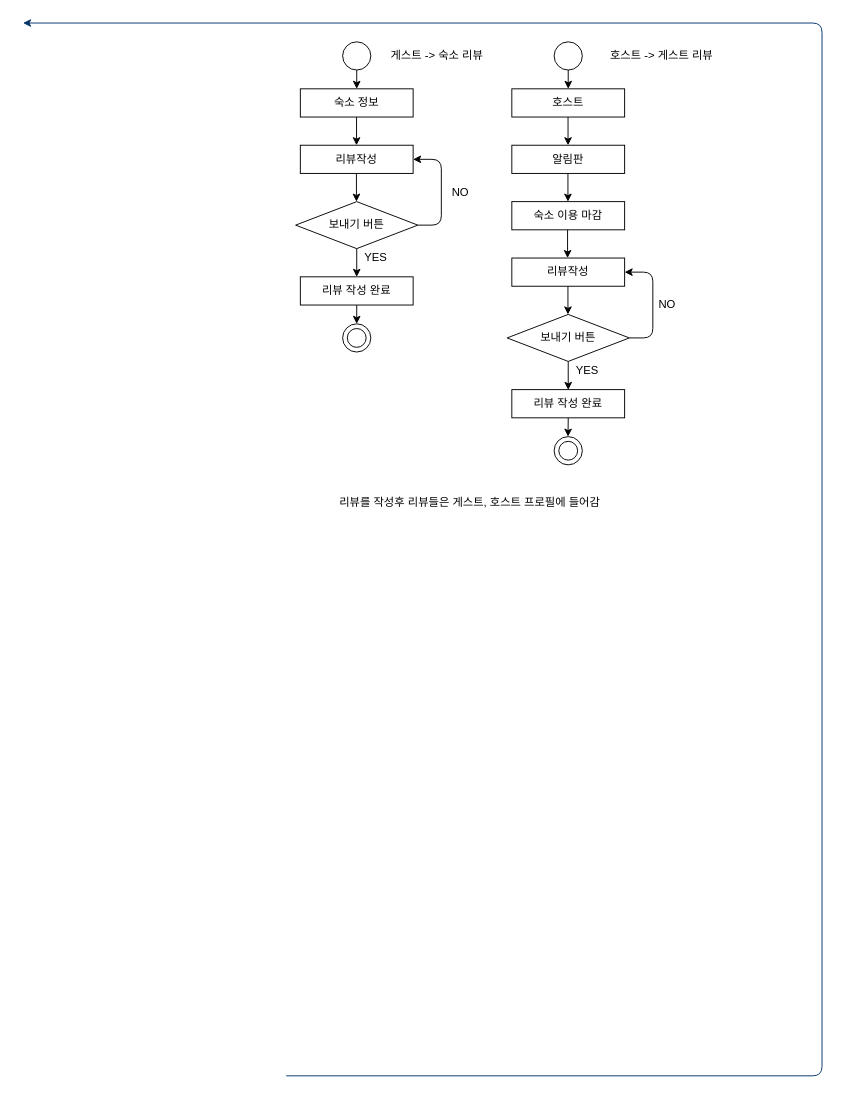
snowskyblue/- keeps this draw.io diagram as 네비게이션 흐름도/리뷰(후기작성).drawio. Above is the earlier version. Source tidied: cells renumbered, new cells numbered last; positions are measured from the earlier drawing's top-left corner, leaving out a move shared by most shapes. Both pictures are drawn from the tidied source at 94%, with x=0, y=0 at pixel (23, 23).
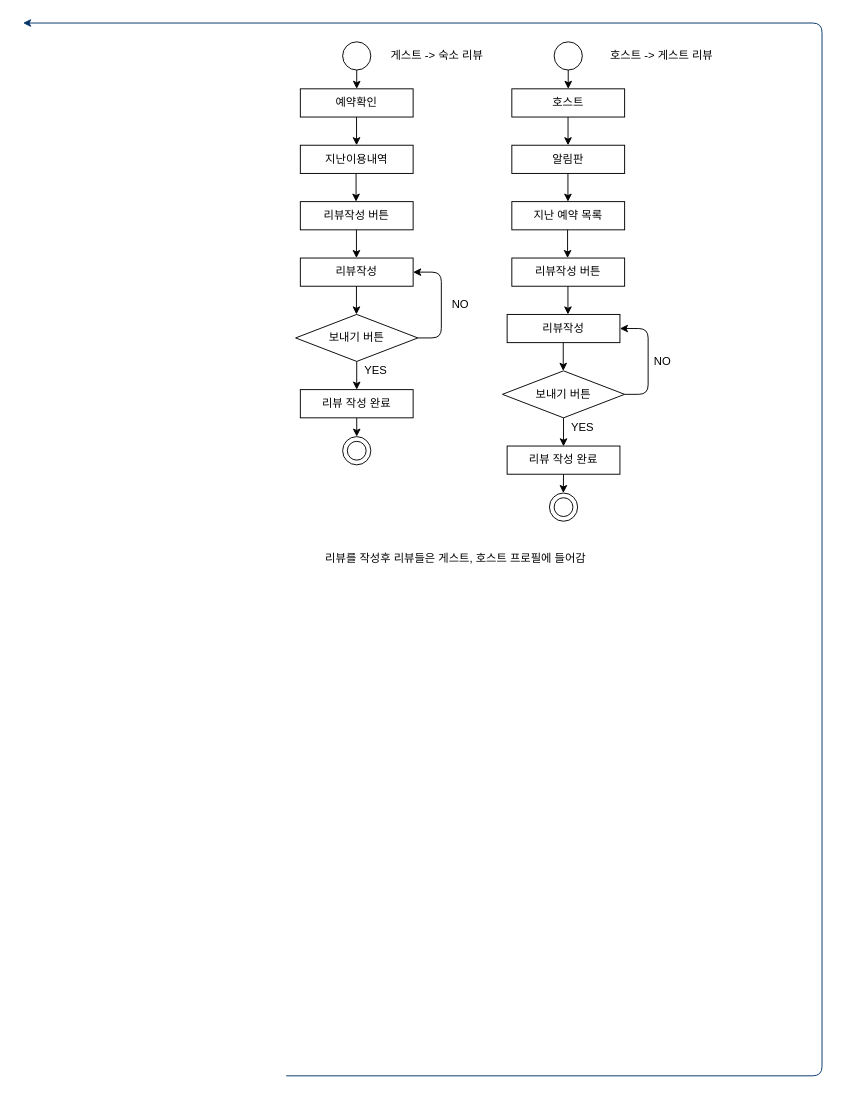
The same page after the edit.

What changed in the source:
```diff
@@
     <mxCell id="9" style="edgeStyle=orthogonalEdgeStyle;rounded=0;orthogonalLoop=1;jettySize=auto;html=1;exitX=0.5;exitY=1;exitDx=0;exitDy=0;" parent="1" edge="1">
       <mxGeometry relative="1" as="geometry">
-        <mxPoint x="580" y="420" as="sourcePoint" />
-        <mxPoint x="579.8" y="440" as="targetPoint" />
+        <mxPoint x="575" y="480" as="sourcePoint" />
+        <mxPoint x="574.8" y="500" as="targetPoint" />
       </mxGeometry>
     </mxCell>
     <mxCell id="10" style="ellipse;whiteSpace=wrap;html=1;" parent="1" vertex="1">
-      <mxGeometry x="565" y="440" width="30" height="30" as="geometry" />
+      <mxGeometry x="560" y="500" width="30" height="30" as="geometry" />
     </mxCell>
     <mxCell id="11" style="ellipse;whiteSpace=wrap;html=1;" parent="1" vertex="1">
-      <mxGeometry x="570" y="445" width="20" height="20" as="geometry" />
+      <mxGeometry x="565" y="505" width="20" height="20" as="geometry" />
     </mxCell>
-    <mxCell id="12" value="숙소 이용 마감" style="rounded=0;whiteSpace=wrap;html=1;" parent="1" vertex="1">
+    <mxCell id="12" value="지난 예약 목록" style="rounded=0;whiteSpace=wrap;html=1;" parent="1" vertex="1">
       <mxGeometry x="520" y="190" width="120" height="30" as="geometry" />
     </mxCell>
@@
     <mxCell id="14" style="edgeStyle=elbowEdgeStyle;elbow=horizontal;endArrow=classic;html=1;entryX=1;entryY=0.5;entryDx=0;entryDy=0;exitX=1;exitY=0.5;exitDx=0;exitDy=0;" parent="1" edge="1" source="32" target="31">
       <mxGeometry relative="1" as="geometry">
         <Array as="points">
-          <mxPoint x="670" y="199.8" />
-          <mxPoint x="690" y="199.8" />
-          <mxPoint x="755" y="199.8" />
-          <mxPoint x="765" y="179.8" />
+          <mxPoint x="665" y="259.8" />
+          <mxPoint x="685" y="259.8" />
+          <mxPoint x="750" y="259.8" />
+          <mxPoint x="760" y="239.8" />
         </Array>
       </mxGeometry>
     </mxCell>
     <mxCell id="15" value="NO" style="text;html=1;align=center;verticalAlign=middle;fillColor=none;strokeColor=none;rounded=0;" parent="1" vertex="1">
-      <mxGeometry x="670" y="290" width="30" height="20" as="geometry" />
+      <mxGeometry x="665" y="350" width="30" height="20" as="geometry" />
     </mxCell>
@@
     <mxCell id="18" value="리뷰작성" style="rounded=0;whiteSpace=wrap;html=1;" parent="1" vertex="1">
-      <mxGeometry x="295" y="130" width="120" height="30" as="geometry" />
+      <mxGeometry x="295" y="250" width="120" height="30" as="geometry" />
     </mxCell>
     <mxCell id="19" value="보내기 버튼" style="rhombus;whiteSpace=wrap;html=1;" parent="1" vertex="1">
-      <mxGeometry x="290" y="190" width="130" height="50" as="geometry" />
+      <mxGeometry x="290" y="310" width="130" height="50" as="geometry" />
     </mxCell>
@@
     <mxCell id="21" style="endArrow=classic;html=1;exitX=0.5;exitY=1;exitDx=0;exitDy=0;" parent="1" edge="1">
       <mxGeometry relative="1" as="geometry">
-        <mxPoint x="354.7" y="160" as="sourcePoint" />
-        <mxPoint x="354.7" y="190" as="targetPoint" />
+        <mxPoint x="354.7" y="280" as="sourcePoint" />
+        <mxPoint x="354.7" y="310" as="targetPoint" />
       </mxGeometry>
     </mxCell>
     <mxCell id="22" value="YES" style="text;html=1;align=center;verticalAlign=middle;fillColor=none;strokeColor=none;rounded=0;" parent="1" vertex="1">
-      <mxGeometry x="355" y="240" width="40" height="20" as="geometry" />
+      <mxGeometry x="355" y="360" width="40" height="20" as="geometry" />
     </mxCell>
-    <mxCell id="23" value="숙소 정보" style="rounded=0;whiteSpace=wrap;html=1;" parent="1" vertex="1">
+    <mxCell id="23" value="예약확인" style="rounded=0;whiteSpace=wrap;html=1;" parent="1" vertex="1">
       <mxGeometry x="295" y="70" width="120" height="30" as="geometry" />
     </mxCell>
     <mxCell id="24" style="edgeStyle=orthogonalEdgeStyle;rounded=0;orthogonalLoop=1;jettySize=auto;html=1;exitX=0.5;exitY=1;exitDx=0;exitDy=0;" parent="1" edge="1">
       <mxGeometry relative="1" as="geometry">
-        <mxPoint x="355" y="300" as="sourcePoint" />
-        <mxPoint x="355" y="320" as="targetPoint" />
+        <mxPoint x="355" y="420" as="sourcePoint" />
+        <mxPoint x="355" y="440" as="targetPoint" />
       </mxGeometry>
     </mxCell>
     <mxCell id="25" value="리뷰 작성 완료" style="rounded=0;whiteSpace=wrap;html=1;" parent="1" vertex="1">
-      <mxGeometry x="295" y="270" width="120" height="30" as="geometry" />
+      <mxGeometry x="295" y="390" width="120" height="30" as="geometry" />
     </mxCell>
     <mxCell id="26" style="edgeStyle=orthogonalEdgeStyle;rounded=0;orthogonalLoop=1;jettySize=auto;html=1;" parent="1" edge="1">
       <mxGeometry relative="1" as="geometry">
-        <mxPoint x="355" y="240" as="sourcePoint" />
-        <mxPoint x="355" y="270" as="targetPoint" />
+        <mxPoint x="355" y="360" as="sourcePoint" />
+        <mxPoint x="355" y="390" as="targetPoint" />
       </mxGeometry>
     </mxCell>
     <mxCell id="27" style="edgeStyle=elbowEdgeStyle;elbow=horizontal;endArrow=classic;html=1;entryX=1;entryY=0.5;entryDx=0;entryDy=0;exitX=1;exitY=0.5;exitDx=0;exitDy=0;" parent="1" edge="1" source="19" target="18">
       <mxGeometry relative="1" as="geometry">
         <Array as="points">
-          <mxPoint x="445" y="199.8" />
-          <mxPoint x="465" y="199.8" />
-          <mxPoint x="530" y="199.8" />
-          <mxPoint x="540" y="179.8" />
+          <mxPoint x="445" y="319.8" />
+          <mxPoint x="465" y="319.8" />
+          <mxPoint x="530" y="319.8" />
+          <mxPoint x="540" y="299.8" />
         </Array>
       </mxGeometry>
     </mxCell>
     <mxCell id="28" value="NO" style="text;html=1;align=center;verticalAlign=middle;fillColor=none;strokeColor=none;rounded=0;" parent="1" vertex="1">
-      <mxGeometry x="450" y="170" width="30" height="20" as="geometry" />
+      <mxGeometry x="450" y="290" width="30" height="20" as="geometry" />
     </mxCell>
@@
     <mxCell id="31" value="리뷰작성" style="rounded=0;whiteSpace=wrap;html=1;" parent="1" vertex="1">
-      <mxGeometry x="520" y="250" width="120" height="30" as="geometry" />
+      <mxGeometry x="515" y="310" width="120" height="30" as="geometry" />
     </mxCell>
     <mxCell id="32" value="보내기 버튼" style="rhombus;whiteSpace=wrap;html=1;" parent="1" vertex="1">
-      <mxGeometry x="515" y="310" width="130" height="50" as="geometry" />
+      <mxGeometry x="510" y="370" width="130" height="50" as="geometry" />
     </mxCell>
     <mxCell id="33" style="endArrow=classic;html=1;exitX=0.5;exitY=1;exitDx=0;exitDy=0;" parent="1" edge="1">
       <mxGeometry relative="1" as="geometry">
-        <mxPoint x="579.7" y="280" as="sourcePoint" />
-        <mxPoint x="579.7" y="310" as="targetPoint" />
+        <mxPoint x="574.7" y="340" as="sourcePoint" />
+        <mxPoint x="574.7" y="370" as="targetPoint" />
       </mxGeometry>
     </mxCell>
     <mxCell id="34" value="YES" style="text;html=1;align=center;verticalAlign=middle;fillColor=none;strokeColor=none;rounded=0;" parent="1" vertex="1">
-      <mxGeometry x="580" y="360" width="40" height="20" as="geometry" />
+      <mxGeometry x="575" y="420" width="40" height="20" as="geometry" />
     </mxCell>
     <mxCell id="35" style="edgeStyle=orthogonalEdgeStyle;rounded=0;orthogonalLoop=1;jettySize=auto;html=1;" parent="1" edge="1">
       <mxGeometry relative="1" as="geometry">
-        <mxPoint x="580" y="360" as="sourcePoint" />
-        <mxPoint x="580" y="390.3" as="targetPoint" />
+        <mxPoint x="575" y="420" as="sourcePoint" />
+        <mxPoint x="575" y="450.3" as="targetPoint" />
       </mxGeometry>
     </mxCell>
     <mxCell id="36" value="리뷰 작성 완료" style="rounded=0;whiteSpace=wrap;html=1;" parent="1" vertex="1">
-      <mxGeometry x="520" y="390" width="120" height="30" as="geometry" />
+      <mxGeometry x="515" y="450" width="120" height="30" as="geometry" />
     </mxCell>
     <mxCell id="37" value="리뷰를 작성후 리뷰들은 게스트, 호스트 프로필에 들어감" style="text;html=1;align=center;verticalAlign=middle;fillColor=none;strokeColor=none;rounded=0;" parent="1" vertex="1">
-      <mxGeometry x="320" y="500" width="310" height="20" as="geometry" />
+      <mxGeometry x="305" y="560" width="310" height="20" as="geometry" />
     </mxCell>
     <mxCell id="38" style="ellipse;whiteSpace=wrap;html=1;" parent="1" vertex="1">
-      <mxGeometry x="340" y="320" width="30" height="30" as="geometry" />
+      <mxGeometry x="340" y="440" width="30" height="30" as="geometry" />
     </mxCell>
     <mxCell id="39" style="ellipse;whiteSpace=wrap;html=1;" parent="1" vertex="1">
-      <mxGeometry x="345" y="325" width="20" height="20" as="geometry" />
+      <mxGeometry x="345" y="445" width="20" height="20" as="geometry" />
     </mxCell>
+    <mxCell id="40" value="지난이용내역" style="rounded=0;whiteSpace=wrap;html=1;" parent="1" vertex="1">
+      <mxGeometry x="295" y="130" width="120" height="30" as="geometry" />
+    </mxCell>
+    <mxCell id="41" style="endArrow=classic;html=1;exitX=0.5;exitY=1;exitDx=0;exitDy=0;" parent="1" edge="1">
+      <mxGeometry relative="1" as="geometry">
+        <mxPoint x="354.3" y="160" as="sourcePoint" />
+        <mxPoint x="354.3" y="190" as="targetPoint" />
+      </mxGeometry>
+    </mxCell>
+    <mxCell id="42" value="리뷰작성 버튼" style="rounded=0;whiteSpace=wrap;html=1;" parent="1" vertex="1">
+      <mxGeometry x="295" y="190" width="120" height="30" as="geometry" />
+    </mxCell>
+    <mxCell id="43" style="endArrow=classic;html=1;exitX=0.5;exitY=1;exitDx=0;exitDy=0;" parent="1" edge="1">
+      <mxGeometry relative="1" as="geometry">
+        <mxPoint x="354.7" y="220" as="sourcePoint" />
+        <mxPoint x="354.7" y="250" as="targetPoint" />
+      </mxGeometry>
+    </mxCell>
+    <mxCell id="44" value="리뷰작성 버튼" style="rounded=0;whiteSpace=wrap;html=1;" parent="1" vertex="1">
+      <mxGeometry x="520" y="250" width="120" height="30" as="geometry" />
+    </mxCell>
+    <mxCell id="45" style="endArrow=classic;html=1;exitX=0.5;exitY=1;exitDx=0;exitDy=0;" parent="1" edge="1">
+      <mxGeometry relative="1" as="geometry">
+        <mxPoint x="579.7" y="280" as="sourcePoint" />
+        <mxPoint x="579.7" y="310" as="targetPoint" />
+      </mxGeometry>
+    </mxCell>
```
